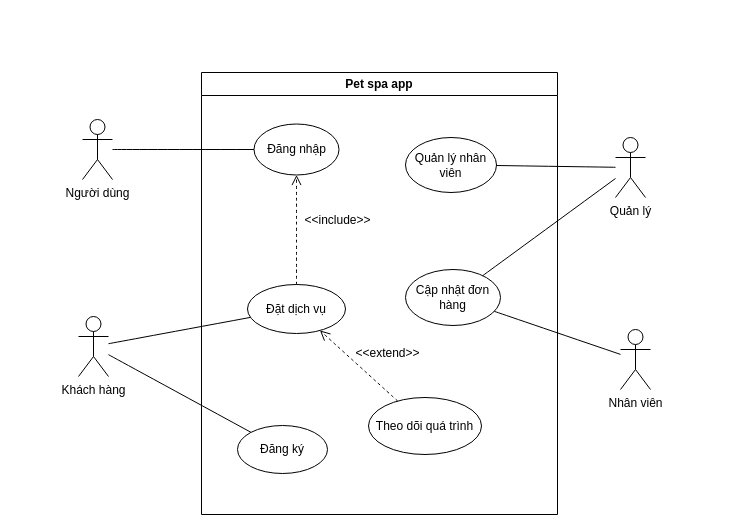
This is use-case-diagram-petspa.drawio from blueonline07/test-somth, a draw.io file, before an edit. Source tidied: cells renumbered, new cells numbered last; positions are measured from the earlier drawing's top-left corner, leaving out a move shared by most shapes. Both pictures are drawn from the tidied source at 100%, with x=0, y=0 at pixel (78, 72).
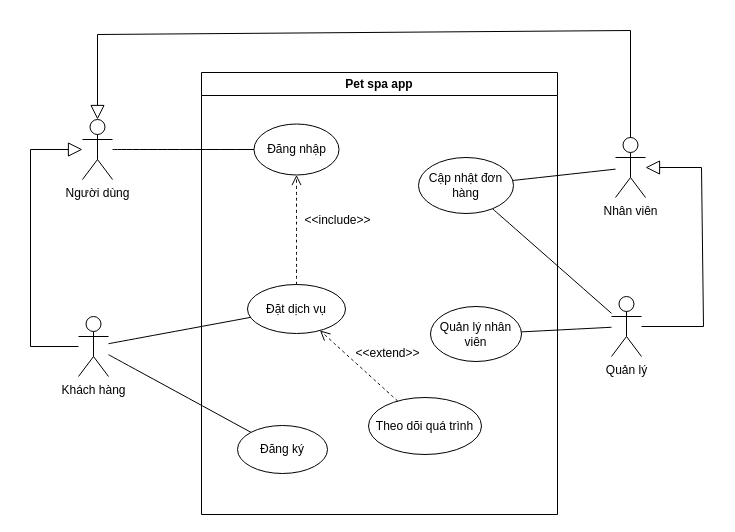
Above is the later version.

Unchanged cells that the change refers to:
```xml
<mxCell id="2" value="Pet spa app" style="swimlane;whiteSpace=wrap;html=1;" parent="1" vertex="1">
  <mxGeometry x="123" width="356" height="442" as="geometry" />
</mxCell>
<mxCell id="11" value="Người dùng" style="shape=umlActor;verticalLabelPosition=bottom;verticalAlign=top;html=1;outlineConnect=0;" parent="1" vertex="1">
  <mxGeometry x="4" y="47" width="30" height="60" as="geometry" />
</mxCell>
<mxCell id="12" value="Khách hàng" style="shape=umlActor;verticalLabelPosition=bottom;verticalAlign=top;html=1;outlineConnect=0;" parent="1" vertex="1">
  <mxGeometry y="244" width="30" height="60" as="geometry" />
</mxCell>
```

What changed in the source:
```diff
@@
     <mxCell id="7" value="Quản lý nhân viên" style="ellipse;whiteSpace=wrap;html=1;" parent="2" vertex="1">
-      <mxGeometry x="204" y="65" width="91" height="55" as="geometry" />
+      <mxGeometry x="229" y="234" width="91" height="55" as="geometry" />
     </mxCell>
     <mxCell id="8" value="Cập nhật đơn hàng" style="ellipse;whiteSpace=wrap;html=1;" parent="2" vertex="1">
-      <mxGeometry x="204" y="197" width="95" height="56" as="geometry" />
+      <mxGeometry x="217" y="85" width="95" height="56" as="geometry" />
     </mxCell>
@@
-    <mxCell id="13" value="Quản lý" style="shape=umlActor;verticalLabelPosition=bottom;verticalAlign=top;html=1;outlineConnect=0;" parent="1" vertex="1">
+    <mxCell id="13" value="Nhân viên" style="shape=umlActor;verticalLabelPosition=bottom;verticalAlign=top;html=1;outlineConnect=0;" parent="1" vertex="1">
       <mxGeometry x="537" y="65" width="30" height="60" as="geometry" />
     </mxCell>
-    <mxCell id="14" value="Nhân viên" style="shape=umlActor;verticalLabelPosition=bottom;verticalAlign=top;html=1;outlineConnect=0;" parent="1" vertex="1">
-      <mxGeometry x="542" y="257" width="30" height="60" as="geometry" />
+    <mxCell id="14" value="Quản lý" style="shape=umlActor;verticalLabelPosition=bottom;verticalAlign=top;html=1;outlineConnect=0;" parent="1" vertex="1">
+      <mxGeometry x="533" y="224" width="30" height="60" as="geometry" />
     </mxCell>
@@
-    <mxCell id="19" style="endArrow=none;html=1;rounded=0;fontSize=12;startSize=8;endSize=8;curved=1;" parent="1" edge="1" source="13" target="7">
+    <mxCell id="19" style="endArrow=none;html=1;rounded=0;fontSize=12;startSize=8;endSize=8;curved=1;" parent="1" edge="1" source="14" target="7">
       <mxGeometry relative="1" as="geometry" />
     </mxCell>
@@
+    <mxCell id="21" style="edgeStyle=none;html=1;endSize=12;endArrow=block;endFill=0;rounded=0;fontSize=12;curved=0;" parent="1" edge="1" source="12" target="11">
+      <mxGeometry relative="1" as="geometry">
+        <Array as="points">
+          <mxPoint x="-48" y="274" />
+          <mxPoint x="-48" y="77" />
+        </Array>
+      </mxGeometry>
+    </mxCell>
+    <mxCell id="22" style="edgeStyle=none;html=1;endSize=12;endArrow=block;endFill=0;rounded=0;fontSize=12;curved=0;" parent="1" edge="1" source="13" target="11">
+      <mxGeometry relative="1" as="geometry">
+        <Array as="points">
+          <mxPoint x="552" y="-42" />
+          <mxPoint x="19" y="-38" />
+        </Array>
+      </mxGeometry>
+    </mxCell>
+    <mxCell id="23" style="edgeStyle=none;html=1;endSize=12;endArrow=block;endFill=0;rounded=0;fontSize=12;curved=0;" parent="1" edge="1" source="14" target="13">
+      <mxGeometry relative="1" as="geometry">
+        <Array as="points">
+          <mxPoint x="625" y="254" />
+          <mxPoint x="623" y="95" />
+        </Array>
+      </mxGeometry>
+    </mxCell>
```
